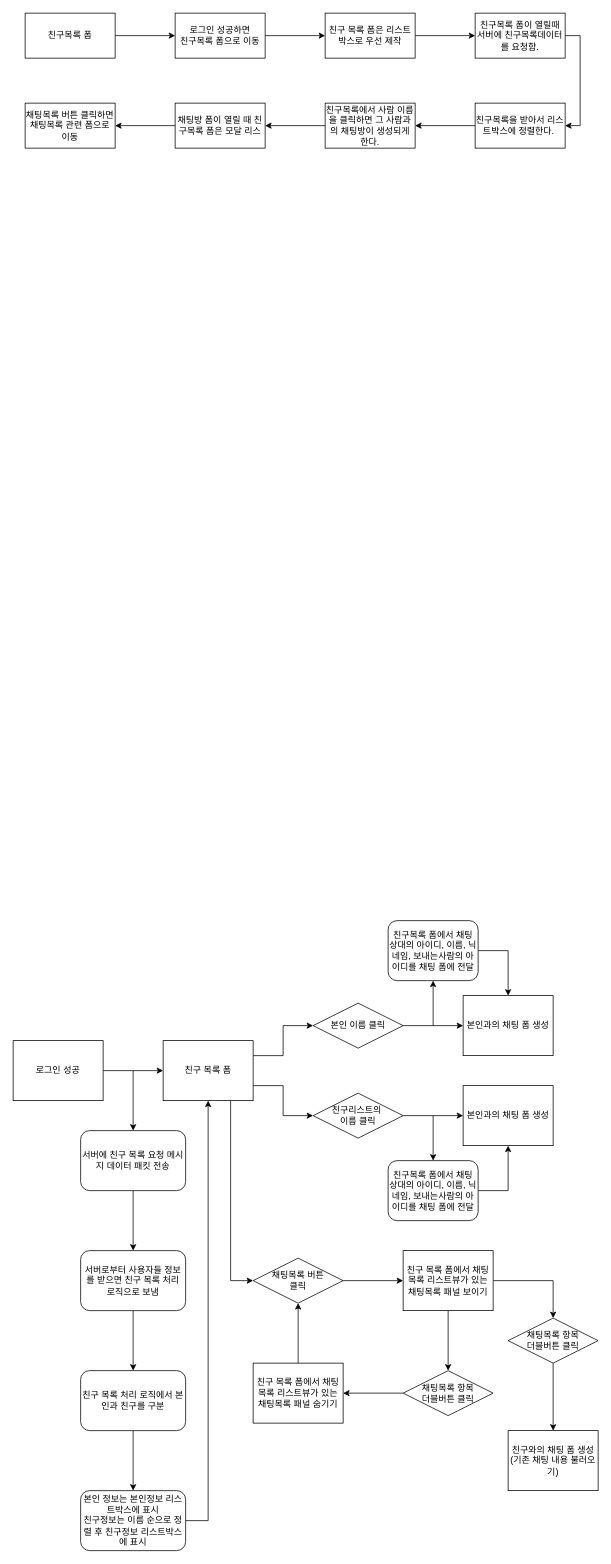
Hyunmin-Kwak-hub/neighbor21 keeps this draw.io diagram as 친구목록.drawio. Above is the earlier version. Source tidied: cells renumbered, new cells numbered last; positions are measured from the earlier drawing's top-left corner, leaving out a move shared by most shapes. Both pictures are drawn from the tidied source at 75%, with x=0, y=0 at pixel (13, 13).
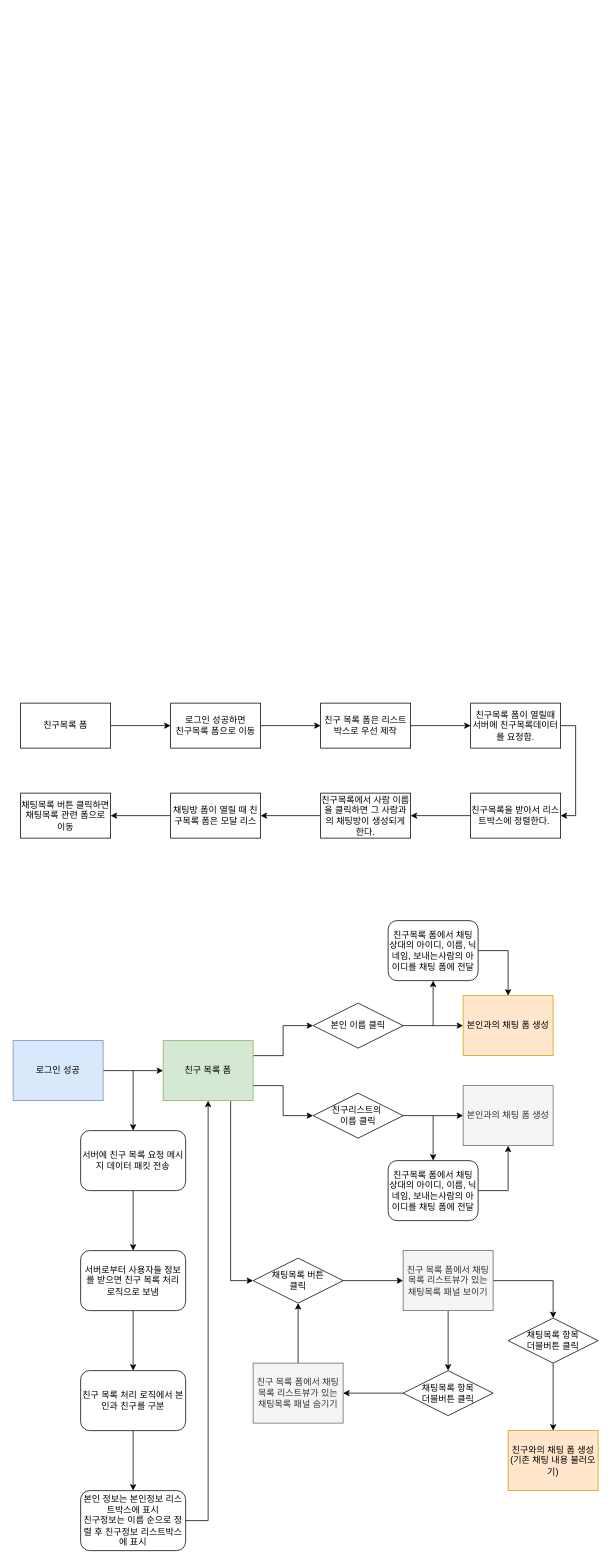
The same diagram, later.

Commit message:
친구목록.drawio 업데이트

The edit, as a diff of the source:
```diff
@@
     <mxCell id="3" value="친구목록 폼" style="rounded=0;whiteSpace=wrap;html=1;" parent="1" vertex="1">
-      <mxGeometry x="16" width="120" height="60" as="geometry" />
+      <mxGeometry x="10" y="920" width="120" height="60" as="geometry" />
     </mxCell>
@@
     <mxCell id="5" value="로그인 성공하면&lt;div&gt;친구목록 폼으로 이동&lt;/div&gt;" style="rounded=0;whiteSpace=wrap;html=1;" parent="1" vertex="1">
-      <mxGeometry x="216" width="120" height="60" as="geometry" />
+      <mxGeometry x="210" y="920" width="120" height="60" as="geometry" />
     </mxCell>
@@
     <mxCell id="7" value="친구 목록 폼은 리스트박스로 우선 제작" style="rounded=0;whiteSpace=wrap;html=1;" parent="1" vertex="1">
-      <mxGeometry x="416" width="120" height="60" as="geometry" />
+      <mxGeometry x="410" y="920" width="120" height="60" as="geometry" />
     </mxCell>
@@
     <mxCell id="9" value="친구목록 폼이 열릴때 서버에 친구목록데이터를 요청함." style="rounded=0;whiteSpace=wrap;html=1;" parent="1" vertex="1">
-      <mxGeometry x="616" width="120" height="60" as="geometry" />
+      <mxGeometry x="610" y="920" width="120" height="60" as="geometry" />
     </mxCell>
@@
     <mxCell id="11" value="친구목록을 받아서 리스트박스에 정렬한다.&amp;nbsp;" style="rounded=0;whiteSpace=wrap;html=1;" parent="1" vertex="1">
-      <mxGeometry x="616" y="120" width="120" height="60" as="geometry" />
+      <mxGeometry x="610" y="1040" width="120" height="60" as="geometry" />
     </mxCell>
@@
     <mxCell id="13" value="친구목록에서 사람 이름을 클릭하면 그 사람과의 채팅방이 생성되게 한다." style="rounded=0;whiteSpace=wrap;html=1;" parent="1" vertex="1">
-      <mxGeometry x="416" y="120" width="120" height="60" as="geometry" />
+      <mxGeometry x="410" y="1040" width="120" height="60" as="geometry" />
     </mxCell>
@@
     <mxCell id="15" value="채팅방 폼이 열릴 때 친구목록 폼은 모달 리스" style="rounded=0;whiteSpace=wrap;html=1;" parent="1" vertex="1">
-      <mxGeometry x="216" y="120" width="120" height="60" as="geometry" />
+      <mxGeometry x="210" y="1040" width="120" height="60" as="geometry" />
     </mxCell>
     <mxCell id="16" value="채팅목록 버튼 클릭하면 채팅목록 관련 폼으로 이동" style="rounded=0;whiteSpace=wrap;html=1;" parent="1" vertex="1">
-      <mxGeometry x="16" y="120" width="120" height="60" as="geometry" />
+      <mxGeometry x="10" y="1040" width="120" height="60" as="geometry" />
     </mxCell>
@@
-    <mxCell id="18" value="로그인 성공" style="rounded=0;whiteSpace=wrap;html=1;" parent="1" vertex="1">
+    <mxCell id="18" value="로그인 성공" style="rounded=0;whiteSpace=wrap;html=1;fillColor=#dae8fc;strokeColor=#6c8ebf;" parent="1" vertex="1">
       <mxGeometry y="1370" width="120" height="80" as="geometry" />
     </mxCell>
@@
-    <mxCell id="22" value="친구 목록 폼" style="rounded=0;whiteSpace=wrap;html=1;" parent="1" vertex="1">
+    <mxCell id="22" value="친구 목록 폼" style="rounded=0;whiteSpace=wrap;html=1;fillColor=#d5e8d4;strokeColor=#82b366;" parent="1" vertex="1">
       <mxGeometry x="200" y="1370" width="120" height="80" as="geometry" />
     </mxCell>
@@
-    <mxCell id="34" value="본인과의 채팅 폼 생성" style="rounded=0;whiteSpace=wrap;html=1;" parent="1" vertex="1">
+    <mxCell id="34" value="본인과의 채팅 폼 생성" style="rounded=0;whiteSpace=wrap;html=1;fillColor=#ffe6cc;strokeColor=#d79b00;" parent="1" vertex="1">
       <mxGeometry x="600" y="1310" width="120" height="80" as="geometry" />
     </mxCell>
@@
-    <mxCell id="37" value="본인과의 채팅 폼 생성" style="rounded=0;whiteSpace=wrap;html=1;" parent="1" vertex="1">
+    <mxCell id="37" value="본인과의 채팅 폼 생성" style="rounded=0;whiteSpace=wrap;html=1;fillColor=#f5f5f5;strokeColor=#666666;fontColor=#333333;" parent="1" vertex="1">
       <mxGeometry x="600" y="1430" width="120" height="80" as="geometry" />
     </mxCell>
@@
-    <mxCell id="48" value="친구 목록 폼에서 채팅 목록 리스트뷰가 있는 채팅목록 패널 보이기" style="rounded=0;whiteSpace=wrap;html=1;" parent="1" vertex="1">
+    <mxCell id="48" value="친구 목록 폼에서 채팅 목록 리스트뷰가 있는 채팅목록 패널 보이기" style="rounded=0;whiteSpace=wrap;html=1;fillColor=#f5f5f5;fontColor=#333333;strokeColor=#666666;" parent="1" vertex="1">
       <mxGeometry x="520" y="1650" width="120" height="80" as="geometry" />
     </mxCell>
@@
-    <mxCell id="54" value="친구 목록 폼에서 채팅 목록 리스트뷰가 있는 채팅목록 패널 숨기기" style="rounded=0;whiteSpace=wrap;html=1;" parent="1" vertex="1">
+    <mxCell id="54" value="친구 목록 폼에서 채팅 목록 리스트뷰가 있는 채팅목록 패널 숨기기" style="rounded=0;whiteSpace=wrap;html=1;fillColor=#f5f5f5;fontColor=#333333;strokeColor=#666666;" parent="1" vertex="1">
       <mxGeometry x="320" y="1800" width="120" height="80" as="geometry" />
     </mxCell>
-    <mxCell id="55" value="친구와의 채팅 폼 생성&lt;div&gt;&lt;span style=&quot;background-color: initial;&quot;&gt;(기존 채팅 내용 불러오기)&lt;/span&gt;&lt;/div&gt;" style="rounded=0;whiteSpace=wrap;html=1;" parent="1" vertex="1">
+    <mxCell id="55" value="친구와의 채팅 폼 생성&lt;div&gt;&lt;span style=&quot;background-color: initial;&quot;&gt;(기존 채팅 내용 불러오기)&lt;/span&gt;&lt;/div&gt;" style="rounded=0;whiteSpace=wrap;html=1;fillColor=#ffe6cc;strokeColor=#d79b00;" parent="1" vertex="1">
       <mxGeometry x="660" y="1890" width="120" height="80" as="geometry" />
     </mxCell>
```
